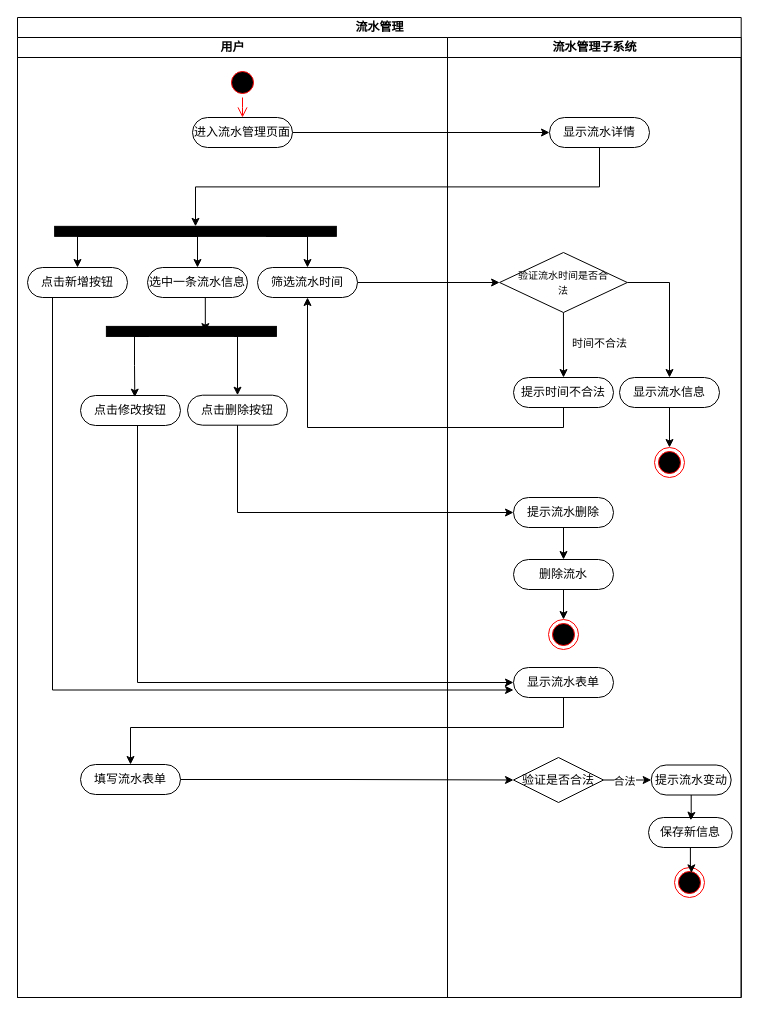
Earlier version of the draw.io diagram 流水管理活动图.drawio (PomeloLemon/SoftwareDiagrams). Source tidied: cells renumbered, new cells numbered last; positions are measured from the earlier drawing's top-left corner, leaving out a move shared by most shapes. Both pictures are drawn from the tidied source at 100%, with x=0, y=0 at pixel (17, 17).
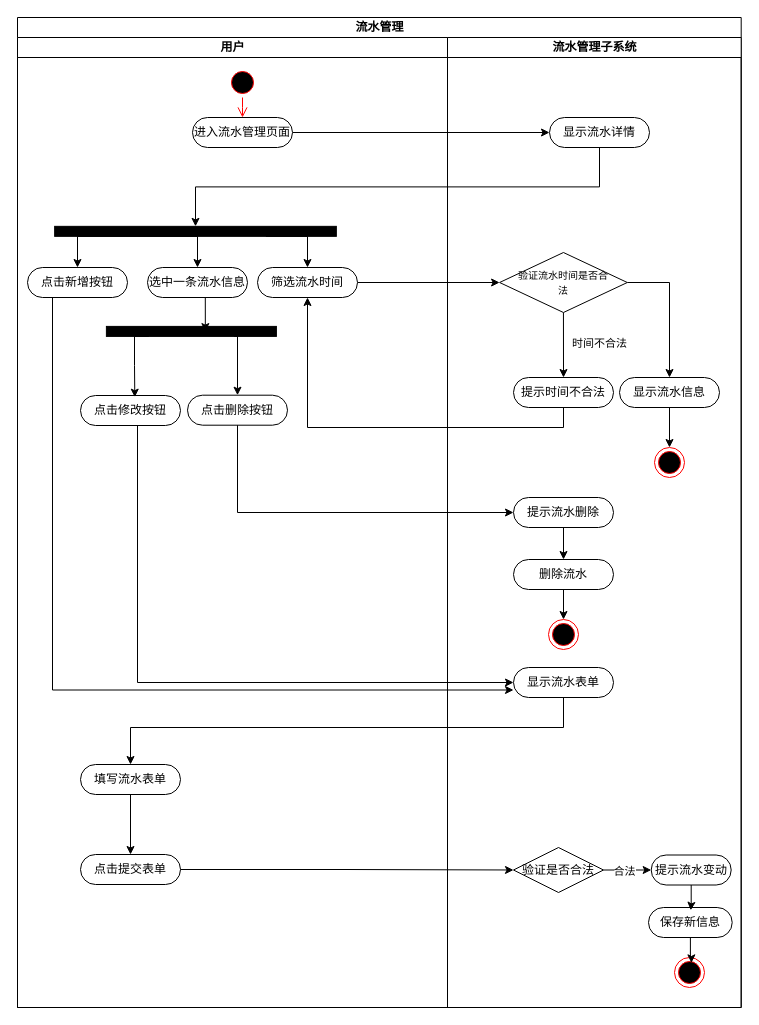
The same diagram, later.

Commit message:
更新流水管理活动图.drawio

Unchanged cells that the change refers to:
```xml
<mxCell id="21" value="填写流水表单" style="rounded=1;whiteSpace=wrap;html=1;shadow=0;comic=0;labelBackgroundColor=none;strokeWidth=1;fontFamily=Verdana;fontSize=12;align=center;arcSize=50;" parent="6" vertex="1">
  <mxGeometry x="63" y="727" width="100" height="30" as="geometry" />
</mxCell>
```

What changed in the source:
```diff
@@
     <mxCell id="2" value="流水管理" style="swimlane;startSize=20;html=1;" parent="1" vertex="1">
-      <mxGeometry width="723.7" height="980" as="geometry" />
+      <mxGeometry width="723.7" height="990" as="geometry" />
     </mxCell>
@@
     <mxCell id="6" value="用户" style="swimlane;startSize=20;html=1;" parent="2" vertex="1">
-      <mxGeometry y="20" width="430" height="960" as="geometry" />
+      <mxGeometry y="20" width="430" height="970" as="geometry" />
     </mxCell>
@@
+    <mxCell id="54" style="edgeStyle=orthogonalEdgeStyle;rounded=0;jettySize=auto;html=1;" parent="6" edge="1" source="21" target="55">
+      <mxGeometry relative="1" as="geometry" />
+    </mxCell>
@@
+    <mxCell id="55" value="点击提交表单" style="rounded=1;whiteSpace=wrap;html=1;shadow=0;comic=0;labelBackgroundColor=none;strokeWidth=1;fontFamily=Verdana;fontSize=12;align=center;arcSize=50;" parent="6" vertex="1">
+      <mxGeometry x="63" y="817" width="100" height="30" as="geometry" />
+    </mxCell>
     <mxCell id="24" value="流水管理子系统" style="swimlane;startSize=20;html=1;" parent="2" vertex="1">
-      <mxGeometry x="430" y="20" width="293.7" height="960" as="geometry" />
+      <mxGeometry x="430" y="20" width="293.7" height="970" as="geometry" />
     </mxCell>
@@
     <mxCell id="40" value="验证是否合法" style="rhombus;whiteSpace=wrap;html=1;" parent="24" vertex="1">
-      <mxGeometry x="66" y="720" width="90" height="45" as="geometry" />
+      <mxGeometry x="66" y="810" width="90" height="45" as="geometry" />
     </mxCell>
     <mxCell id="41" value="提示流水变动" style="rounded=1;whiteSpace=wrap;html=1;shadow=0;comic=0;labelBackgroundColor=none;strokeWidth=1;fontFamily=Verdana;fontSize=12;align=center;arcSize=50;" parent="24" vertex="1">
-      <mxGeometry x="203.7" y="727.5" width="80" height="30" as="geometry" />
+      <mxGeometry x="203.7" y="817.5" width="80" height="30" as="geometry" />
     </mxCell>
@@
     <mxCell id="44" value="保存新信息" style="rounded=1;whiteSpace=wrap;html=1;shadow=0;comic=0;labelBackgroundColor=none;strokeWidth=1;fontFamily=Verdana;fontSize=12;align=center;arcSize=50;" parent="24" vertex="1">
-      <mxGeometry x="201" y="780" width="83.7" height="30" as="geometry" />
+      <mxGeometry x="201" y="870" width="83.7" height="30" as="geometry" />
     </mxCell>
@@
     <mxCell id="46" style="ellipse;html=1;shape=endState;fillColor=#000000;strokeColor=#ff0000;" parent="24" vertex="1">
-      <mxGeometry x="227" y="830" width="30" height="30" as="geometry" />
+      <mxGeometry x="227" y="920" width="30" height="30" as="geometry" />
     </mxCell>
@@
-    <mxCell id="51" style="edgeStyle=orthogonalEdgeStyle;rounded=0;jettySize=auto;html=1;entryX=0;entryY=0.5;entryDx=0;entryDy=0;" parent="2" edge="1" source="21" target="40">
-      <mxGeometry relative="1" as="geometry" />
-    </mxCell>
@@
+    <mxCell id="56" style="edgeStyle=orthogonalEdgeStyle;rounded=0;jettySize=auto;html=1;entryX=0;entryY=0.5;entryDx=0;entryDy=0;" parent="2" edge="1" source="55" target="40">
+      <mxGeometry relative="1" as="geometry" />
+    </mxCell>
```
